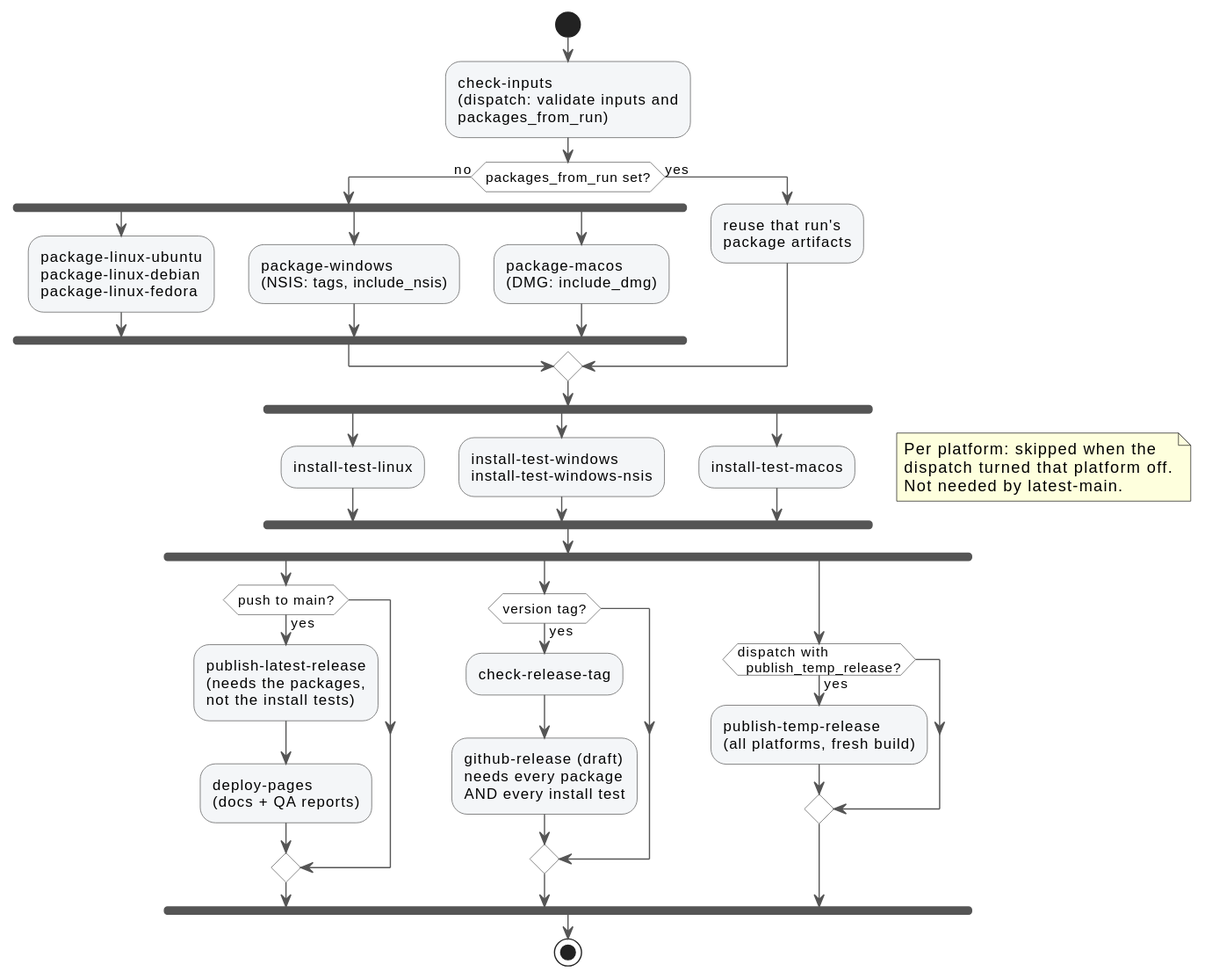
Earlier version of the PlantUML export docs/doxygen/images/ci/release-flow.svg (adbyrne/XTrkCAD). Source of this version:
```plantuml
@startuml
skinparam defaultFontName sans-serif
skinparam shadowing false
skinparam ArrowColor #555555
skinparam ActivityBorderColor #555555
skinparam ActivityBackgroundColor #F4F6F8
skinparam ActivityDiamondBorderColor #555555
skinparam ActivityDiamondBackgroundColor #FFFFFF

start
:check-inputs
(dispatch: validate inputs and
packages_from_run);
if (packages_from_run set?) then (no)
  fork
    :package-linux-ubuntu
    package-linux-debian
    package-linux-fedora;
  fork again
    :package-windows
    (NSIS: tags, include_nsis);
  fork again
    :package-macos
    (DMG: include_dmg);
  end fork
else (yes)
  :reuse that run's
  package artifacts;
endif
fork
  :install-test-linux;
fork again
  :install-test-windows
  install-test-windows-nsis;
fork again
  :install-test-macos;
end fork
note right
  Per platform: skipped when the
  dispatch turned that platform off.
  Not needed by latest-main.
end note
fork
  if (push to main?) then (yes)
    :publish-latest-release
    (needs the packages,
    not the install tests);
    :deploy-pages
    (docs + QA reports);
  endif
fork again
  if (version tag?) then (yes)
    :check-release-tag;
    :github-release (draft)
    needs every package
    AND every install test;
  endif
fork again
  if (dispatch with
  publish_temp_release?) then (yes)
    :publish-temp-release
    (all platforms, fresh build);
  endif
end fork
stop
@enduml
```
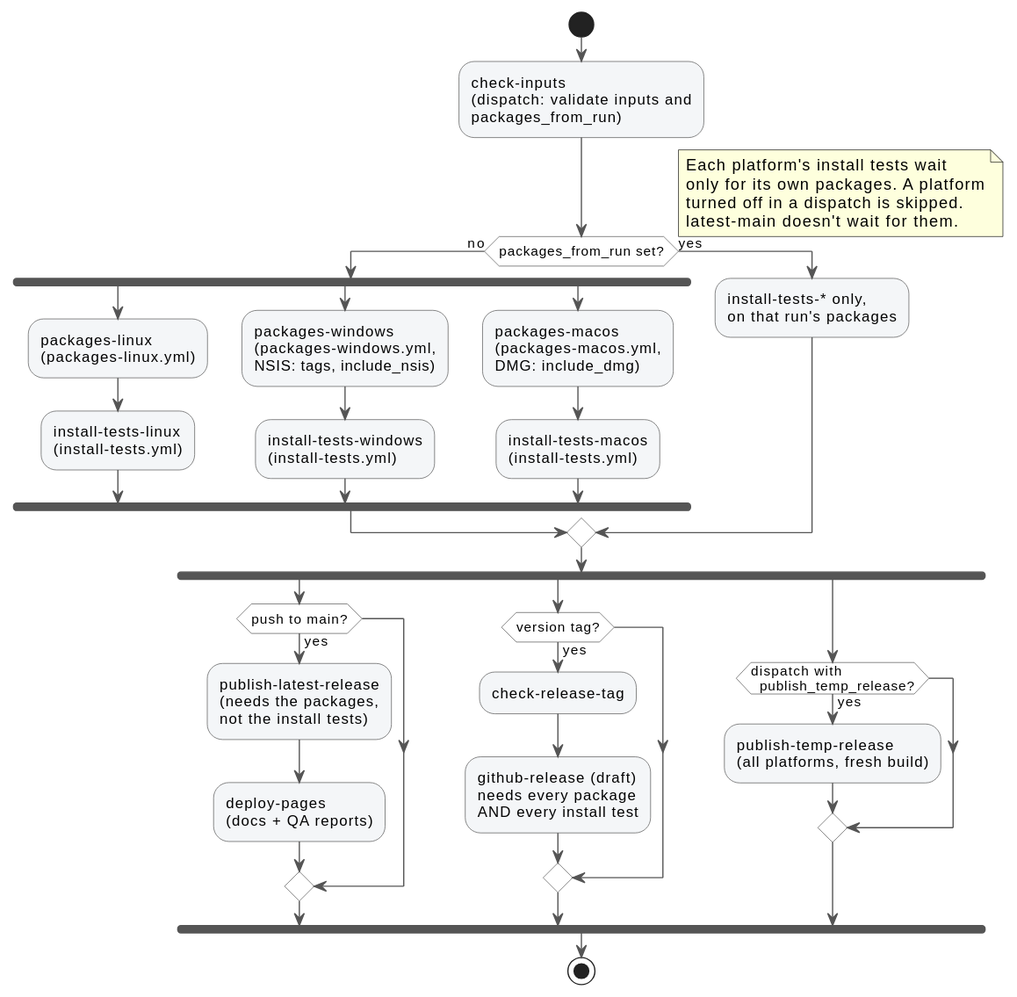
The same file after the commit.

Commit message:
release.yml: split into reusable per-platform workflows (Development Issues #59)

What changed in the source:
```diff
@@ -13,32 +13,32 @@
 packages_from_run);
 if (packages_from_run set?) then (no)
   fork
-    :package-linux-ubuntu
-    package-linux-debian
-    package-linux-fedora;
+    :packages-linux
+    (packages-linux.yml);
+    :install-tests-linux
+    (install-tests.yml);
   fork again
-    :package-windows
-    (NSIS: tags, include_nsis);
+    :packages-windows
+    (packages-windows.yml,
+    NSIS: tags, include_nsis);
+    :install-tests-windows
+    (install-tests.yml);
   fork again
-    :package-macos
-    (DMG: include_dmg);
+    :packages-macos
+    (packages-macos.yml,
+    DMG: include_dmg);
+    :install-tests-macos
+    (install-tests.yml);
   end fork
 else (yes)
-  :reuse that run's
-  package artifacts;
+  :install-tests-* only,
+  on that run's packages;
 endif
-fork
-  :install-test-linux;
-fork again
-  :install-test-windows
-  install-test-windows-nsis;
-fork again
-  :install-test-macos;
-end fork
 note right
-  Per platform: skipped when the
-  dispatch turned that platform off.
-  Not needed by latest-main.
+  Each platform's install tests wait
+  only for its own packages. A platform
+  turned off in a dispatch is skipped.
+  latest-main doesn't wait for them.
 end note
 fork
   if (push to main?) then (yes)
```
